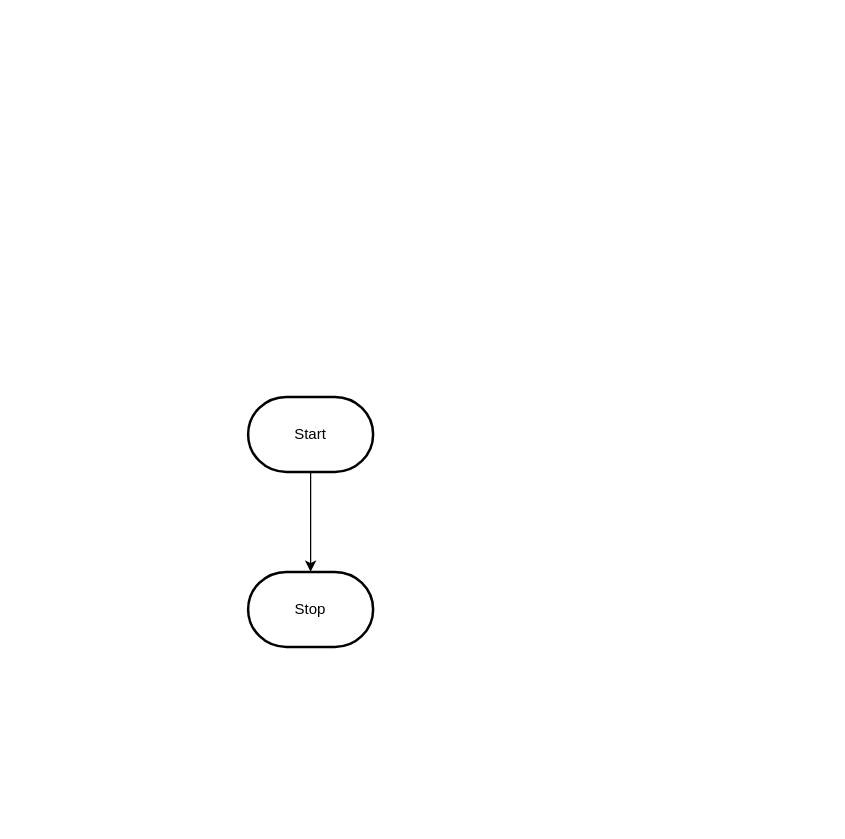
Before: design/flowchart.drawio in MTHS-ICS2O-2-2022/ICS2O-Unit-5-01-alyssia-fung, a draw.io diagram. Source tidied: cells renumbered, new cells numbered last; positions are measured from the earlier drawing's top-left corner, leaving out a move shared by most shapes. Both pictures are drawn from the tidied source at 125%, with x=0, y=0 at pixel (248, 396).
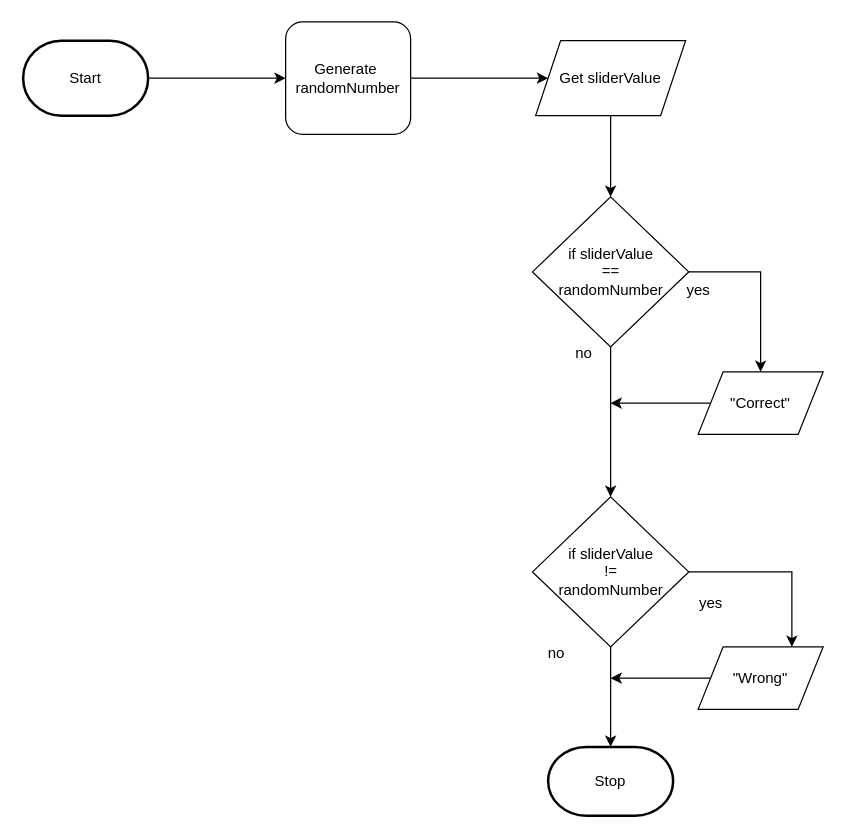
The same page after the edit.

Diff of the diagram source:
```diff
@@
-    <mxCell id="2" style="edgeStyle=orthogonalEdgeStyle;html=1;rounded=0;" parent="1" edge="1" source="3" target="4">
-      <mxGeometry relative="1" as="geometry" />
-    </mxCell>
+    <mxCell id="5" style="edgeStyle=orthogonalEdgeStyle;rounded=0;html=1;entryX=0;entryY=0.5;entryDx=0;entryDy=0;" parent="1" edge="1" source="3" target="7">
+      <mxGeometry relative="1" as="geometry" />
+    </mxCell>
     <mxCell id="3" value="Start" style="strokeWidth=2;html=1;shape=mxgraph.flowchart.terminator;whiteSpace=wrap;" parent="1" vertex="1">
-      <mxGeometry width="100" height="60" as="geometry" />
+      <mxGeometry x="-180" y="-285" width="100" height="60" as="geometry" />
     </mxCell>
     <mxCell id="4" value="Stop" style="strokeWidth=2;html=1;shape=mxgraph.flowchart.terminator;whiteSpace=wrap;" parent="1" vertex="1">
-      <mxGeometry y="140" width="100" height="60" as="geometry" />
+      <mxGeometry x="240" y="280" width="100" height="55" as="geometry" />
     </mxCell>
+    <mxCell id="6" style="edgeStyle=none;html=1;" parent="1" edge="1" source="7" target="9">
+      <mxGeometry relative="1" as="geometry" />
+    </mxCell>
+    <mxCell id="7" value="Generate&amp;nbsp;&lt;br&gt;randomNumber" style="rounded=1;whiteSpace=wrap;html=1;" parent="1" vertex="1">
+      <mxGeometry x="30" y="-300" width="100" height="90" as="geometry" />
+    </mxCell>
+    <mxCell id="8" style="edgeStyle=orthogonalEdgeStyle;rounded=0;html=1;entryX=0.5;entryY=0;entryDx=0;entryDy=0;" parent="1" edge="1" source="9" target="12">
+      <mxGeometry relative="1" as="geometry" />
+    </mxCell>
+    <mxCell id="9" value="Get sliderValue" style="shape=parallelogram;perimeter=parallelogramPerimeter;whiteSpace=wrap;html=1;fixedSize=1;" parent="1" vertex="1">
+      <mxGeometry x="230" y="-285" width="120" height="60" as="geometry" />
+    </mxCell>
+    <mxCell id="10" style="edgeStyle=orthogonalEdgeStyle;rounded=0;html=1;entryX=0.5;entryY=0;entryDx=0;entryDy=0;" parent="1" edge="1" source="12" target="15">
+      <mxGeometry relative="1" as="geometry" />
+    </mxCell>
+    <mxCell id="11" style="edgeStyle=orthogonalEdgeStyle;rounded=0;html=1;entryX=0.5;entryY=0;entryDx=0;entryDy=0;" parent="1" edge="1" source="12" target="18">
+      <mxGeometry relative="1" as="geometry" />
+    </mxCell>
+    <mxCell id="12" value="if sliderValue&lt;br&gt;==&lt;br&gt;randomNumber" style="rhombus;whiteSpace=wrap;html=1;" parent="1" vertex="1">
+      <mxGeometry x="227.5" y="-160" width="125" height="120" as="geometry" />
+    </mxCell>
+    <mxCell id="13" style="edgeStyle=orthogonalEdgeStyle;rounded=0;html=1;entryX=0.5;entryY=0;entryDx=0;entryDy=0;entryPerimeter=0;" parent="1" edge="1" source="15" target="4">
+      <mxGeometry relative="1" as="geometry" />
+    </mxCell>
+    <mxCell id="14" style="edgeStyle=orthogonalEdgeStyle;rounded=0;html=1;entryX=0.75;entryY=0;entryDx=0;entryDy=0;" parent="1" edge="1" source="15" target="21">
+      <mxGeometry relative="1" as="geometry" />
+    </mxCell>
+    <mxCell id="15" value="if sliderValue&lt;br&gt;!=&lt;br&gt;randomNumber" style="rhombus;whiteSpace=wrap;html=1;" parent="1" vertex="1">
+      <mxGeometry x="227.5" y="80" width="125" height="120" as="geometry" />
+    </mxCell>
+    <mxCell id="16" value="no&amp;nbsp;" style="text;html=1;align=center;verticalAlign=middle;strokeColor=none;fillColor=none;" parent="1" vertex="1">
+      <mxGeometry x="250" y="-50" width="40" height="30" as="geometry" />
+    </mxCell>
+    <mxCell id="17" style="edgeStyle=orthogonalEdgeStyle;rounded=0;html=1;" parent="1" edge="1" source="18">
+      <mxGeometry relative="1" as="geometry">
+        <mxPoint x="290" y="5" as="targetPoint" />
+      </mxGeometry>
+    </mxCell>
+    <mxCell id="18" value="&quot;Correct&quot;" style="shape=parallelogram;perimeter=parallelogramPerimeter;whiteSpace=wrap;html=1;fixedSize=1;" parent="1" vertex="1">
+      <mxGeometry x="360" y="-20" width="100" height="50" as="geometry" />
+    </mxCell>
+    <mxCell id="19" value="yes" style="text;html=1;align=center;verticalAlign=middle;strokeColor=none;fillColor=none;" parent="1" vertex="1">
+      <mxGeometry x="340" y="-100" width="40" height="30" as="geometry" />
+    </mxCell>
+    <mxCell id="20" style="edgeStyle=orthogonalEdgeStyle;rounded=0;html=1;" parent="1" edge="1" source="21">
+      <mxGeometry relative="1" as="geometry">
+        <mxPoint x="290" y="225" as="targetPoint" />
+      </mxGeometry>
+    </mxCell>
+    <mxCell id="21" value="&quot;Wrong&quot;" style="shape=parallelogram;perimeter=parallelogramPerimeter;whiteSpace=wrap;html=1;fixedSize=1;" parent="1" vertex="1">
+      <mxGeometry x="360" y="200" width="100" height="50" as="geometry" />
+    </mxCell>
+    <mxCell id="22" value="no&amp;nbsp;" style="text;html=1;align=center;verticalAlign=middle;strokeColor=none;fillColor=none;" parent="1" vertex="1">
+      <mxGeometry x="227.5" y="190" width="40" height="30" as="geometry" />
+    </mxCell>
+    <mxCell id="23" value="yes" style="text;html=1;align=center;verticalAlign=middle;strokeColor=none;fillColor=none;" parent="1" vertex="1">
+      <mxGeometry x="350" y="150" width="40" height="30" as="geometry" />
+    </mxCell>
```
